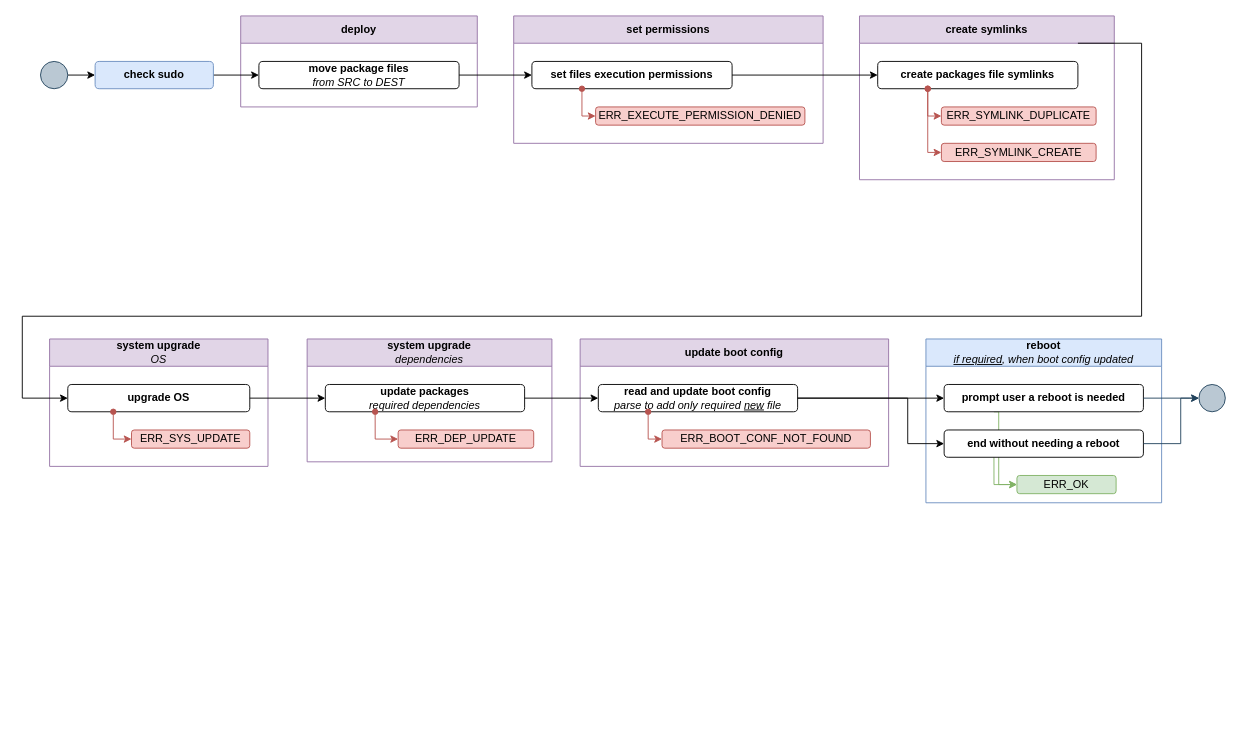
repeact/embedded-sw keeps this draw.io diagram as page "install" (4 of 9) of docs/arch/arch.drawio. Above is the earlier version. Source tidied: cells renumbered, new cells numbered last; positions are measured from the earlier drawing's top-left corner, leaving out a move shared by most shapes. Both pictures are drawn from the tidied source at 91%, with x=0, y=0 at pixel (22, 15).
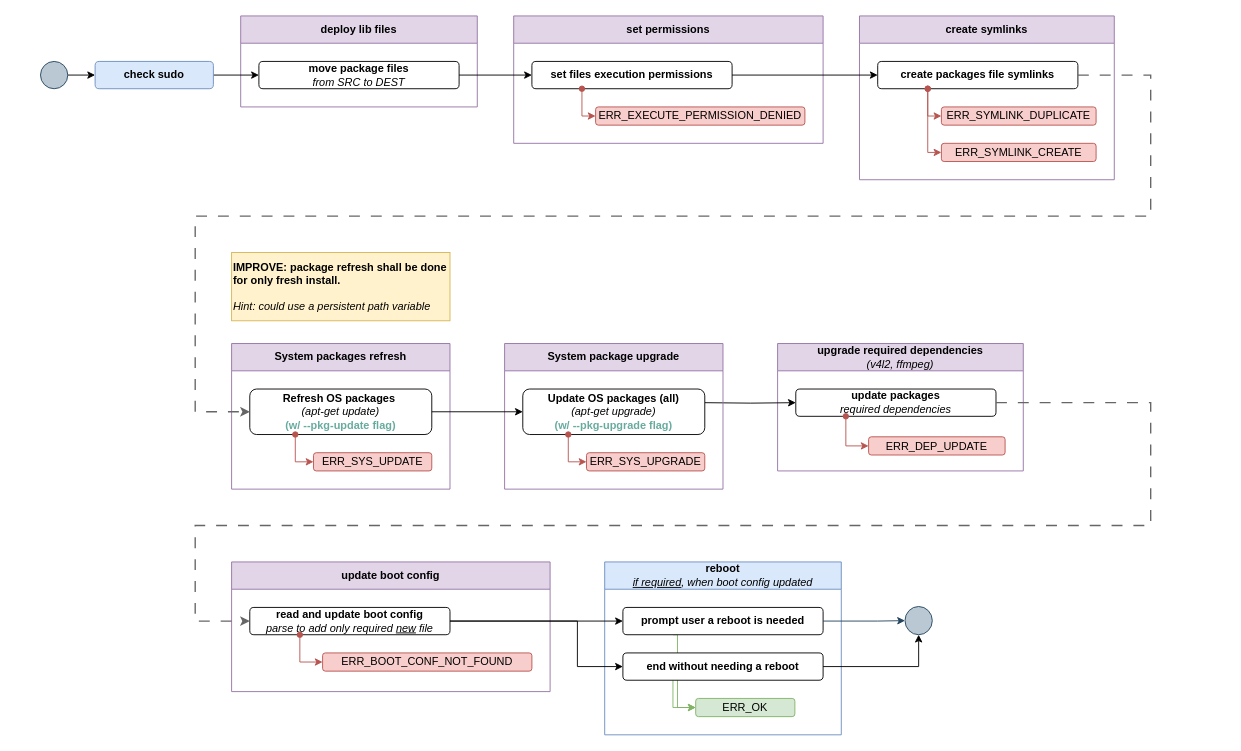
Above is the later version.

Commit message:
docs(design-install): add optionnal package update/upgrade flags

The change refers to these unchanged cells:
```xml
<mxCell id="9" value="create packages file symlinks" style="rounded=1;whiteSpace=wrap;html=1;fontStyle=1;" parent="8" vertex="1">
  <mxGeometry x="20" y="50" width="220" height="30" as="geometry" />
</mxCell>
```

Diff of the diagram source:
```diff
@@
-    <mxCell id="2" value="deploy" style="swimlane;whiteSpace=wrap;html=1;startSize=30;fillColor=#e1d5e7;strokeColor=#9673a6;" parent="1" vertex="1">
+    <mxCell id="2" value="deploy lib files" style="swimlane;whiteSpace=wrap;html=1;startSize=30;fillColor=#e1d5e7;strokeColor=#9673a6;" parent="1" vertex="1">
       <mxGeometry x="240" width="260" height="100" as="geometry" />
     </mxCell>
@@
-    <mxCell id="14" value="system upgrade&lt;div&gt;&lt;span style=&quot;font-weight: normal;&quot;&gt;&lt;i&gt;OS&lt;/i&gt;&lt;/span&gt;&lt;/div&gt;" style="swimlane;whiteSpace=wrap;html=1;startSize=30;fillColor=#e1d5e7;strokeColor=#9673a6;" parent="1" vertex="1">
-      <mxGeometry x="30" y="355" width="240" height="140" as="geometry" />
-    </mxCell>
-    <mxCell id="15" value="upgrade OS" style="rounded=1;whiteSpace=wrap;html=1;fontStyle=1;" parent="14" vertex="1">
-      <mxGeometry x="20" y="50" width="200" height="30" as="geometry" />
-    </mxCell>
-    <mxCell id="16" style="edgeStyle=orthogonalEdgeStyle;rounded=0;jettySize=auto;html=1;exitX=0.25;exitY=1;exitDx=0;exitDy=0;entryX=0;entryY=0.5;entryDx=0;entryDy=0;startArrow=oval;startFill=1;fillColor=#f8cecc;strokeColor=#b85450;" parent="14" edge="1" source="15" target="17">
-      <mxGeometry relative="1" as="geometry">
-        <Array as="points">
-          <mxPoint x="70" y="110" />
-        </Array>
-      </mxGeometry>
-    </mxCell>
-    <mxCell id="17" value="ERR_SYS_UPDATE" style="rounded=1;whiteSpace=wrap;html=1;fillColor=#f8cecc;strokeColor=#b85450;" parent="14" vertex="1">
-      <mxGeometry x="90" y="100" width="130" height="20" as="geometry" />
-    </mxCell>
     <mxCell id="18" value="update boot config" style="swimlane;whiteSpace=wrap;html=1;startSize=30;fillColor=#e1d5e7;strokeColor=#9673a6;" parent="1" vertex="1">
-      <mxGeometry x="613" y="355" width="339" height="140" as="geometry" />
+      <mxGeometry x="230" y="600" width="350" height="142.5" as="geometry" />
     </mxCell>
     <mxCell id="19" value="&lt;b&gt;read and update boot config&lt;/b&gt;&lt;div&gt;&lt;i&gt;parse to add only required &lt;u style=&quot;&quot;&gt;new&lt;/u&gt; file&lt;/i&gt;&lt;/div&gt;" style="rounded=1;whiteSpace=wrap;html=1;" parent="18" vertex="1">
-      <mxGeometry x="20" y="50" width="219" height="30" as="geometry" />
+      <mxGeometry x="20" y="50" width="220" height="30" as="geometry" />
     </mxCell>
@@
     <mxCell id="21" value="ERR_BOOT_CONF_NOT_FOUND" style="rounded=1;whiteSpace=wrap;html=1;fillColor=#f8cecc;strokeColor=#b85450;" parent="18" vertex="1">
-      <mxGeometry x="90" y="100" width="229" height="20" as="geometry" />
+      <mxGeometry x="100" y="100" width="230" height="20" as="geometry" />
     </mxCell>
     <mxCell id="22" value="reboot&lt;div&gt;&lt;span style=&quot;font-weight: normal;&quot;&gt;&lt;i&gt;&lt;u&gt;if required&lt;/u&gt;, when boot config updated&lt;/i&gt;&lt;/span&gt;&lt;/div&gt;" style="swimlane;whiteSpace=wrap;html=1;startSize=30;fillColor=#dae8fc;strokeColor=#6c8ebf;" parent="1" vertex="1">
-      <mxGeometry x="993" y="355" width="259" height="180" as="geometry" />
+      <mxGeometry x="640" y="600" width="260" height="190" as="geometry" />
     </mxCell>
@@
     <mxCell id="24" value="prompt user a reboot is needed" style="rounded=1;whiteSpace=wrap;html=1;fontStyle=1;" parent="22" vertex="1">
-      <mxGeometry x="20" y="50" width="219" height="30" as="geometry" />
+      <mxGeometry x="20" y="50" width="220" height="30" as="geometry" />
     </mxCell>
@@
     <mxCell id="26" value="end without needing a reboot" style="rounded=1;whiteSpace=wrap;html=1;fontStyle=1;" parent="22" vertex="1">
-      <mxGeometry x="20" y="100" width="219" height="30" as="geometry" />
+      <mxGeometry x="20" y="100" width="220" height="30" as="geometry" />
     </mxCell>
@@
-    <mxCell id="28" value="system upgrade&lt;div&gt;&lt;span style=&quot;font-weight: normal;&quot;&gt;&lt;i&gt;dependencies&lt;/i&gt;&lt;/span&gt;&lt;/div&gt;" style="swimlane;whiteSpace=wrap;html=1;startSize=30;fillColor=#e1d5e7;strokeColor=#9673a6;" parent="1" vertex="1">
-      <mxGeometry x="313" y="355" width="269" height="135" as="geometry" />
+    <mxCell id="28" value="upgrade required dependencies&lt;br&gt;&lt;span style=&quot;font-weight: normal;&quot;&gt;&lt;i&gt;(v4l2, ffmpeg)&lt;/i&gt;&lt;/span&gt;" style="swimlane;whiteSpace=wrap;html=1;startSize=30;fillColor=#e1d5e7;strokeColor=#9673a6;" parent="1" vertex="1">
+      <mxGeometry x="830" y="360" width="270" height="140" as="geometry" />
     </mxCell>
     <mxCell id="29" value="&lt;b&gt;update packages&lt;/b&gt;&lt;div&gt;&lt;i&gt;required dependencies&lt;/i&gt;&lt;/div&gt;" style="rounded=1;whiteSpace=wrap;html=1;" parent="28" vertex="1">
-      <mxGeometry x="20" y="50" width="219" height="30" as="geometry" />
+      <mxGeometry x="20" y="50" width="220" height="30" as="geometry" />
     </mxCell>
     <mxCell id="30" style="edgeStyle=orthogonalEdgeStyle;rounded=0;jettySize=auto;html=1;exitX=0.25;exitY=1;exitDx=0;exitDy=0;entryX=0;entryY=0.5;entryDx=0;entryDy=0;startArrow=oval;startFill=1;fillColor=#f8cecc;strokeColor=#b85450;" parent="28" edge="1" source="29" target="31">
       <mxGeometry relative="1" as="geometry">
         <Array as="points">
-          <mxPoint x="75" y="110" />
+          <mxPoint x="75" y="113" />
+          <mxPoint x="100" y="113" />
         </Array>
       </mxGeometry>
     </mxCell>
     <mxCell id="31" value="ERR_DEP_UPDATE" style="rounded=1;whiteSpace=wrap;html=1;fillColor=#f8cecc;strokeColor=#b85450;" parent="28" vertex="1">
-      <mxGeometry x="100" y="100" width="149" height="20" as="geometry" />
+      <mxGeometry x="100" y="102.5" width="150" height="20" as="geometry" />
     </mxCell>
@@
-    <mxCell id="34" style="edgeStyle=orthogonalEdgeStyle;rounded=0;jettySize=auto;html=1;exitX=1;exitY=0.5;exitDx=0;exitDy=0;entryX=0;entryY=0.5;entryDx=0;entryDy=0;" parent="1" edge="1" target="15">
-      <mxGeometry relative="1" as="geometry">
-        <mxPoint x="1160" y="30" as="sourcePoint" />
-        <Array as="points">
-          <mxPoint x="1230" y="30" />
-          <mxPoint x="1230" y="330" />
-          <mxPoint y="330" />
-          <mxPoint y="420" />
-        </Array>
-      </mxGeometry>
-    </mxCell>
-    <mxCell id="35" style="edgeStyle=orthogonalEdgeStyle;rounded=0;jettySize=auto;html=1;exitX=1;exitY=0.5;exitDx=0;exitDy=0;entryX=0;entryY=0.5;entryDx=0;entryDy=0;" parent="1" edge="1" source="15" target="29">
-      <mxGeometry relative="1" as="geometry" />
+    <mxCell id="35" style="edgeStyle=orthogonalEdgeStyle;rounded=0;jettySize=auto;html=1;exitX=1;exitY=0.5;exitDx=0;exitDy=0;entryX=0;entryY=0.5;entryDx=0;entryDy=0;" parent="1" edge="1" target="29">
+      <mxGeometry relative="1" as="geometry">
+        <mxPoint x="750" y="425" as="sourcePoint" />
+      </mxGeometry>
     </mxCell>
-    <mxCell id="36" style="edgeStyle=orthogonalEdgeStyle;rounded=0;jettySize=auto;html=1;entryX=0;entryY=0.5;entryDx=0;entryDy=0;" parent="1" edge="1" source="29" target="19">
-      <mxGeometry relative="1" as="geometry" />
-    </mxCell>
@@
     <mxCell id="38" style="edgeStyle=orthogonalEdgeStyle;rounded=0;jettySize=auto;html=1;exitX=1;exitY=0.5;exitDx=0;exitDy=0;entryX=0;entryY=0.5;entryDx=0;entryDy=0;" parent="1" edge="1" source="19" target="26">
       <mxGeometry relative="1" as="geometry">
         <Array as="points">
-          <mxPoint x="973" y="420" />
-          <mxPoint x="973" y="470" />
+          <mxPoint x="610" y="665" />
+          <mxPoint x="610" y="715" />
         </Array>
       </mxGeometry>
     </mxCell>
@@
     <mxCell id="41" style="ellipse;whiteSpace=wrap;html=1;fillColor=#bac8d3;strokeColor=#23445d;" parent="1" vertex="1">
-      <mxGeometry x="1293" y="405" width="29" height="30" as="geometry" />
+      <mxGeometry x="970" y="649" width="30" height="31" as="geometry" />
     </mxCell>
     <mxCell id="42" style="edgeStyle=orthogonalEdgeStyle;rounded=0;jettySize=auto;html=1;exitX=1;exitY=0.5;exitDx=0;exitDy=0;entryX=0;entryY=0.5;entryDx=0;entryDy=0;fillColor=#bac8d3;strokeColor=#23445d;" parent="1" edge="1" source="24" target="41">
       <mxGeometry relative="1" as="geometry">
         <Array as="points">
-          <mxPoint x="1283" y="420" />
-          <mxPoint x="1283" y="420" />
+          <mxPoint x="940" y="665" />
+          <mxPoint x="985" y="664" />
         </Array>
       </mxGeometry>
     </mxCell>
-    <mxCell id="43" style="edgeStyle=orthogonalEdgeStyle;rounded=0;jettySize=auto;html=1;exitX=1;exitY=0.5;exitDx=0;exitDy=0;entryX=0;entryY=0.5;entryDx=0;entryDy=0;fillColor=#bac8d3;strokeColor=#23445d;" parent="1" edge="1" source="26" target="41">
-      <mxGeometry relative="1" as="geometry">
-        <Array as="points">
-          <mxPoint x="1273" y="470" />
-          <mxPoint x="1273" y="420" />
-        </Array>
-      </mxGeometry>
-    </mxCell>
@@
+    <mxCell id="46" value="System package upgrade" style="swimlane;whiteSpace=wrap;html=1;startSize=30;fillColor=#e1d5e7;strokeColor=#9673a6;" parent="1" vertex="1">
+      <mxGeometry x="530" y="360" width="240" height="160" as="geometry" />
+    </mxCell>
+    <mxCell id="47" value="Update OS packages (all)&lt;div&gt;&lt;span style=&quot;font-weight: normal;&quot;&gt;&lt;i&gt;(apt-get upgrade)&lt;/i&gt;&lt;/span&gt;&lt;br&gt;&lt;div&gt;&lt;font style=&quot;color: rgb(103, 171, 159);&quot;&gt;(w/ --pkg-upgrade flag)&lt;/font&gt;&lt;/div&gt;&lt;/div&gt;" style="rounded=1;whiteSpace=wrap;html=1;fontStyle=1;" parent="46" vertex="1">
+      <mxGeometry x="20" y="50" width="200" height="50" as="geometry" />
+    </mxCell>
+    <mxCell id="48" style="edgeStyle=orthogonalEdgeStyle;rounded=0;jettySize=auto;html=1;exitX=0.25;exitY=1;exitDx=0;exitDy=0;entryX=0;entryY=0.5;entryDx=0;entryDy=0;startArrow=oval;startFill=1;fillColor=#f8cecc;strokeColor=#b85450;" parent="46" edge="1" source="47" target="49">
+      <mxGeometry relative="1" as="geometry">
+        <Array as="points">
+          <mxPoint x="70" y="130" />
+        </Array>
+      </mxGeometry>
+    </mxCell>
+    <mxCell id="49" value="ERR_SYS_UPGRADE" style="rounded=1;whiteSpace=wrap;html=1;fillColor=#f8cecc;strokeColor=#b85450;" parent="46" vertex="1">
+      <mxGeometry x="90" y="120" width="130" height="20" as="geometry" />
+    </mxCell>
+    <mxCell id="50" value="System packages refresh" style="swimlane;whiteSpace=wrap;html=1;startSize=30;fillColor=#e1d5e7;strokeColor=#9673a6;" parent="1" vertex="1">
+      <mxGeometry x="230" y="360" width="240" height="160" as="geometry" />
+    </mxCell>
+    <mxCell id="51" value="Refresh OS packages&amp;nbsp;&lt;div&gt;&lt;span style=&quot;font-weight: normal;&quot;&gt;&lt;i&gt;(apt-get update)&lt;/i&gt;&lt;/span&gt;&lt;div&gt;&lt;div&gt;&lt;span style=&quot;color: rgb(103, 171, 159);&quot;&gt;(w/ --pkg-update flag)&lt;/span&gt;&lt;/div&gt;&lt;/div&gt;&lt;/div&gt;" style="rounded=1;whiteSpace=wrap;html=1;fontStyle=1;" parent="50" vertex="1">
+      <mxGeometry x="20" y="50" width="200" height="50" as="geometry" />
+    </mxCell>
+    <mxCell id="52" style="edgeStyle=orthogonalEdgeStyle;rounded=0;jettySize=auto;html=1;exitX=0.25;exitY=1;exitDx=0;exitDy=0;entryX=0;entryY=0.5;entryDx=0;entryDy=0;startArrow=oval;startFill=1;fillColor=#f8cecc;strokeColor=#b85450;" parent="50" edge="1" source="51" target="17">
+      <mxGeometry relative="1" as="geometry">
+        <Array as="points">
+          <mxPoint x="70" y="130" />
+        </Array>
+      </mxGeometry>
+    </mxCell>
+    <mxCell id="17" value="ERR_SYS_UPDATE" style="rounded=1;whiteSpace=wrap;html=1;fillColor=#f8cecc;strokeColor=#b85450;" parent="50" vertex="1">
+      <mxGeometry x="90" y="120" width="130" height="20" as="geometry" />
+    </mxCell>
+    <mxCell id="53" style="edgeStyle=orthogonalEdgeStyle;rounded=0;jettySize=auto;html=1;exitX=1;exitY=0.5;exitDx=0;exitDy=0;entryX=0;entryY=0.5;entryDx=0;entryDy=0;" parent="1" edge="1" source="51" target="47">
+      <mxGeometry relative="1" as="geometry" />
+    </mxCell>
+    <mxCell id="43" style="edgeStyle=orthogonalEdgeStyle;rounded=0;jettySize=auto;html=1;exitX=1;exitY=0.5;exitDx=0;exitDy=0;entryX=0.5;entryY=1;entryDx=0;entryDy=0;" parent="1" edge="1" source="26" target="41">
+      <mxGeometry relative="1" as="geometry">
+        <Array as="points">
+          <mxPoint x="985" y="715" />
+        </Array>
+      </mxGeometry>
+    </mxCell>
+    <mxCell id="54" style="edgeStyle=orthogonalEdgeStyle;rounded=0;jettySize=auto;html=1;exitX=1;exitY=0.5;exitDx=0;exitDy=0;entryX=0;entryY=0.5;entryDx=0;entryDy=0;dashed=1;dashPattern=8 8;strokeWidth=1.5;fillColor=#f5f5f5;strokeColor=#666666;" parent="1" edge="1" source="9" target="51">
+      <mxGeometry relative="1" as="geometry">
+        <Array as="points">
+          <mxPoint x="1240" y="65" />
+          <mxPoint x="1240" y="220" />
+          <mxPoint x="190" y="220" />
+          <mxPoint x="190" y="435" />
+        </Array>
+      </mxGeometry>
+    </mxCell>
+    <mxCell id="36" style="edgeStyle=orthogonalEdgeStyle;rounded=0;jettySize=auto;html=1;exitX=1;exitY=0.5;exitDx=0;exitDy=0;entryX=0;entryY=0.5;entryDx=0;entryDy=0;dashed=1;dashPattern=8 8;strokeWidth=1.5;fillColor=#f5f5f5;strokeColor=#666666;" parent="1" edge="1" source="29" target="19">
+      <mxGeometry relative="1" as="geometry">
+        <Array as="points">
+          <mxPoint x="1240" y="425" />
+          <mxPoint x="1240" y="560" />
+          <mxPoint x="190" y="560" />
+          <mxPoint x="190" y="665" />
+        </Array>
+      </mxGeometry>
+    </mxCell>
+    <mxCell id="55" value="&lt;div style=&quot;&quot;&gt;IMPROVE: package refresh shall be done for only fresh install.&lt;/div&gt;&lt;div style=&quot;&quot;&gt;&lt;br&gt;&lt;/div&gt;&lt;div style=&quot;&quot;&gt;&lt;i style=&quot;font-weight: normal;&quot;&gt;Hint: could use a persistent path variable&lt;/i&gt;&lt;/div&gt;" style="rounded=0;whiteSpace=wrap;html=1;fillColor=#fff2cc;strokeColor=#d6b656;fontStyle=1;align=left;" parent="1" vertex="1">
+      <mxGeometry x="230" y="260" width="240" height="75" as="geometry" />
+    </mxCell>
```
